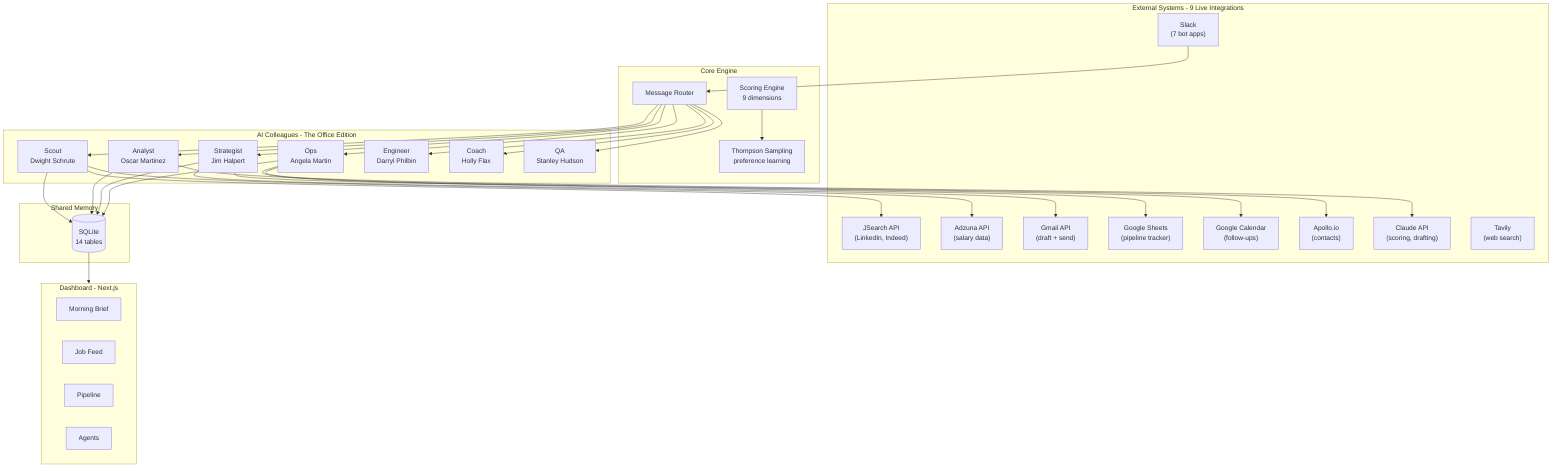
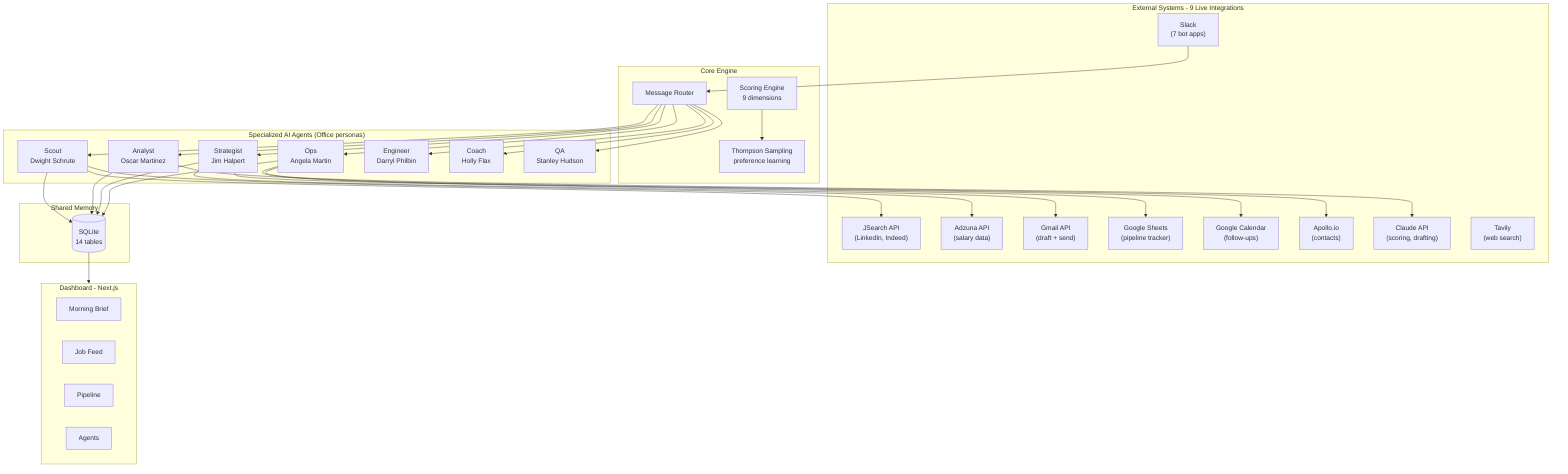
graph TB
    subgraph External["External Systems - 9 Live Integrations"]
        JS["JSearch API<br/>(LinkedIn, Indeed)"]
        AZ["Adzuna API<br/>(salary data)"]
        GM["Gmail API<br/>(draft + send)"]
        GS["Google Sheets<br/>(pipeline tracker)"]
        GC["Google Calendar<br/>(follow-ups)"]
        AP["Apollo.io<br/>(contacts)"]
        SL["Slack<br/>(7 bot apps)"]
        CL["Claude API<br/>(scoring, drafting)"]
        TV["Tavily<br/>(web search)"]
    end

    subgraph Core["Core Engine"]
        OR["Message Router"]
        SC["Scoring Engine<br/>9 dimensions"]
        TS["Thompson Sampling<br/>preference learning"]
    end

-     subgraph Agents["AI Colleagues - The Office Edition"]
+     subgraph Agents["Specialized AI Agents (Office personas)"]
        A1["Scout<br/>Dwight Schrute"]
        A2["Analyst<br/>Oscar Martinez"]
        A3["Strategist<br/>Jim Halpert"]
        A4["Ops<br/>Angela Martin"]
        A5["Engineer<br/>Darryl Philbin"]
        A6["Coach<br/>Holly Flax"]
        A7["QA<br/>Stanley Hudson"]
    end

    subgraph Data["Shared Memory"]
        DB[("SQLite<br/>14 tables")]
    end

    subgraph UI["Dashboard - Next.js"]
        MB["Morning Brief"]
        JF["Job Feed"]
        PL["Pipeline"]
        AG["Agents"]
    end

    SL --> OR
    OR --> A1 & A2 & A3 & A4 & A5 & A6 & A7
    A1 --> JS & AZ
    A2 --> CL
    A3 --> GM & AP
    A4 --> GS & GC
    A1 & A2 & A3 & A4 --> DB
    SC --> TS
    DB --> UI
